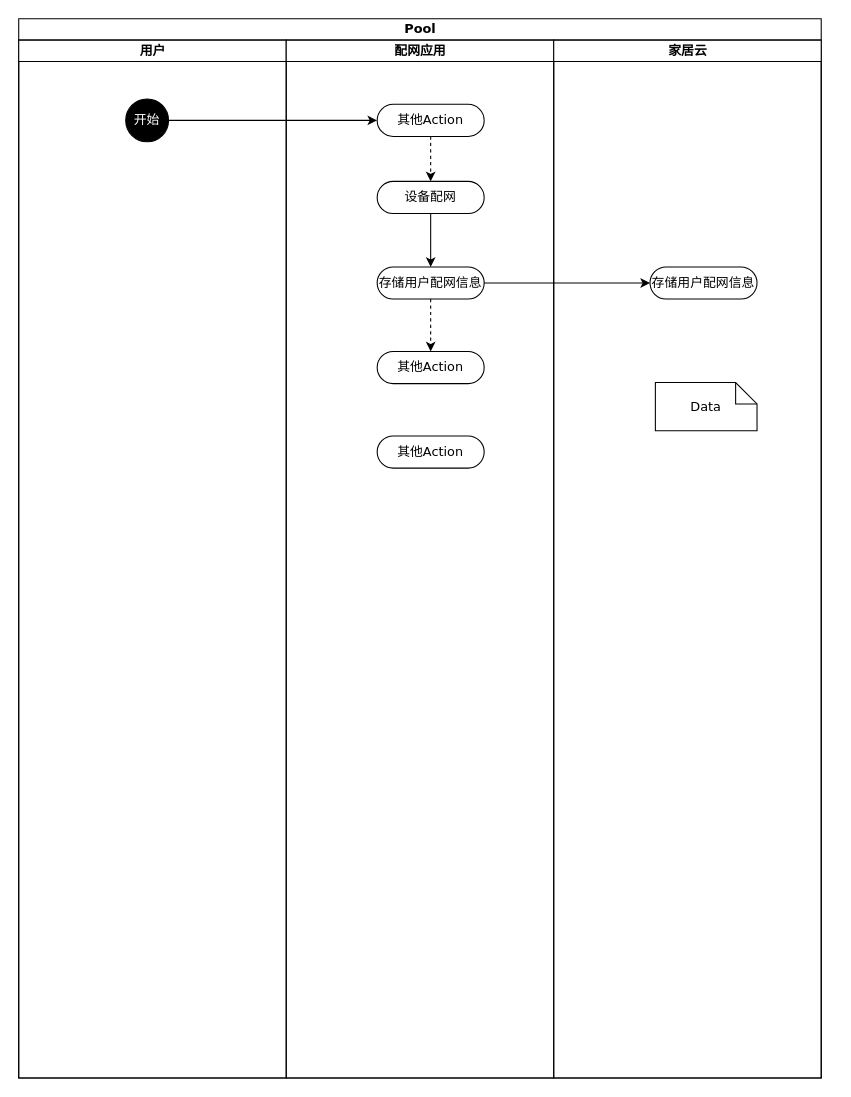
The draw.io diagram draw/智能家居配网场景.drawio in befairyliu/draw.io, before the edit. Source tidied: cells renumbered, new cells numbered last; positions are measured from the earlier drawing's top-left corner, leaving out a move shared by most shapes. Both pictures are drawn from the tidied source at 107%, with x=0, y=0 at pixel (18, 18).
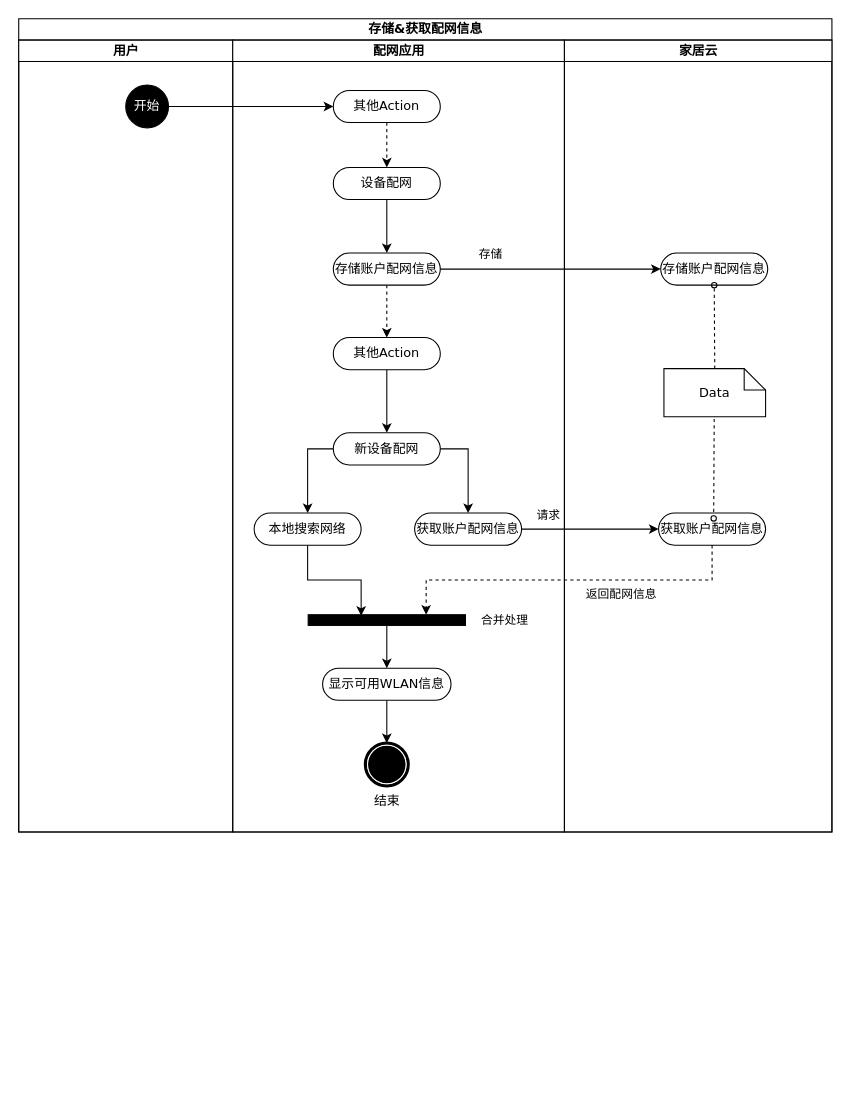
The same diagram, later.

Commit message (it also covers changes not shown here):
Update 智能家居配网场景.drawio

The change refers to these unchanged cells:
```xml
<mxCell id="17" style="edgeStyle=orthogonalEdgeStyle;rounded=0;jettySize=auto;html=1;exitX=1;exitY=0.5;exitDx=0;exitDy=0;entryX=0;entryY=0.5;entryDx=0;entryDy=0;" parent="2" edge="1" source="7" target="15">
  <mxGeometry relative="1" as="geometry" />
</mxCell>
```

Diff of the diagram source:
```diff
@@
-    <mxCell id="2" value="Pool" style="swimlane;html=1;startSize=20;rounded=0;shadow=0;comic=0;labelBackgroundColor=none;strokeWidth=1;fontFamily=Verdana;fontSize=12;align=center;" parent="1" vertex="1">
-      <mxGeometry width="750" height="990" as="geometry" />
+    <mxCell id="2" value="存储&amp;amp;获取配网信息" style="swimlane;html=1;startSize=20;rounded=0;shadow=0;comic=0;labelBackgroundColor=none;strokeWidth=1;fontFamily=Verdana;fontSize=12;align=center;" parent="1" vertex="1">
+      <mxGeometry width="760" height="760" as="geometry" />
     </mxCell>
     <mxCell id="3" value="用户" style="swimlane;html=1;startSize=20;" parent="2" vertex="1">
-      <mxGeometry y="20" width="250" height="970" as="geometry" />
+      <mxGeometry y="20" width="200" height="740" as="geometry" />
     </mxCell>
     <mxCell id="4" value="&lt;font color=&quot;#ffffff&quot;&gt;开始&lt;/font&gt;" style="ellipse;whiteSpace=wrap;html=1;rounded=0;shadow=0;comic=0;labelBackgroundColor=none;strokeWidth=1;fillColor=#000000;fontFamily=Verdana;fontSize=12;align=center;" parent="3" vertex="1">
-      <mxGeometry x="100" y="55" width="40" height="40" as="geometry" />
+      <mxGeometry x="100" y="42" width="40" height="40" as="geometry" />
     </mxCell>
     <mxCell id="5" value="配网应用" style="swimlane;html=1;startSize=20;" parent="2" vertex="1">
-      <mxGeometry x="250" y="20" width="250" height="970" as="geometry" />
+      <mxGeometry x="200" y="20" width="310" height="740" as="geometry" />
     </mxCell>
@@
-    <mxCell id="7" value="存储用户配网信息" style="rounded=1;whiteSpace=wrap;html=1;shadow=0;comic=0;labelBackgroundColor=none;strokeWidth=1;fontFamily=Verdana;fontSize=12;align=center;arcSize=50;" parent="5" vertex="1">
-      <mxGeometry x="85" y="212" width="100" height="30" as="geometry" />
+    <mxCell id="7" value="存储账户配网信息" style="rounded=1;whiteSpace=wrap;html=1;shadow=0;comic=0;labelBackgroundColor=none;strokeWidth=1;fontFamily=Verdana;fontSize=12;align=center;arcSize=50;" parent="5" vertex="1">
+      <mxGeometry x="94" y="199" width="100" height="30" as="geometry" />
     </mxCell>
@@
     <mxCell id="9" value="设备配网" style="rounded=1;whiteSpace=wrap;html=1;shadow=0;comic=0;labelBackgroundColor=none;strokeWidth=1;fontFamily=Verdana;fontSize=12;align=center;arcSize=50;" parent="5" vertex="1">
-      <mxGeometry x="85" y="132" width="100" height="30" as="geometry" />
+      <mxGeometry x="94" y="119" width="100" height="30" as="geometry" />
     </mxCell>
@@
     <mxCell id="11" value="其他Action" style="rounded=1;whiteSpace=wrap;html=1;shadow=0;comic=0;labelBackgroundColor=none;strokeWidth=1;fontFamily=Verdana;fontSize=12;align=center;arcSize=50;" parent="5" vertex="1">
-      <mxGeometry x="85" y="60" width="100" height="30" as="geometry" />
+      <mxGeometry x="94" y="47" width="100" height="30" as="geometry" />
     </mxCell>
+    <mxCell id="19" style="edgeStyle=orthogonalEdgeStyle;rounded=0;jettySize=auto;html=1;exitX=0.5;exitY=1;exitDx=0;exitDy=0;entryX=0.5;entryY=0;entryDx=0;entryDy=0;" parent="5" edge="1" source="12" target="23">
+      <mxGeometry relative="1" as="geometry" />
+    </mxCell>
     <mxCell id="12" value="其他Action" style="rounded=1;whiteSpace=wrap;html=1;shadow=0;comic=0;labelBackgroundColor=none;strokeWidth=1;fontFamily=Verdana;fontSize=12;align=center;arcSize=50;" parent="5" vertex="1">
-      <mxGeometry x="85" y="291" width="100" height="30" as="geometry" />
+      <mxGeometry x="94" y="278" width="100" height="30" as="geometry" />
     </mxCell>
+    <mxCell id="20" style="edgeStyle=orthogonalEdgeStyle;rounded=0;jettySize=auto;html=1;exitX=0.5;exitY=1;exitDx=0;exitDy=0;entryX=0.337;entryY=0.1;entryDx=0;entryDy=0;entryPerimeter=0;" parent="5" edge="1" source="13" target="25">
+      <mxGeometry relative="1" as="geometry" />
+    </mxCell>
-    <mxCell id="13" value="其他Action" style="rounded=1;whiteSpace=wrap;html=1;shadow=0;comic=0;labelBackgroundColor=none;strokeWidth=1;fontFamily=Verdana;fontSize=12;align=center;arcSize=50;" parent="5" vertex="1">
-      <mxGeometry x="85" y="370" width="100" height="30" as="geometry" />
+    <mxCell id="13" value="本地搜索网络" style="rounded=1;whiteSpace=wrap;html=1;shadow=0;comic=0;labelBackgroundColor=none;strokeWidth=1;fontFamily=Verdana;fontSize=12;align=center;arcSize=50;" parent="5" vertex="1">
+      <mxGeometry x="20" y="442" width="100" height="30" as="geometry" />
     </mxCell>
+    <mxCell id="21" style="edgeStyle=orthogonalEdgeStyle;rounded=0;jettySize=auto;html=1;exitX=0;exitY=0.5;exitDx=0;exitDy=0;" parent="5" edge="1" source="23" target="13">
+      <mxGeometry relative="1" as="geometry">
+        <Array as="points">
+          <mxPoint x="70" y="382" />
+        </Array>
+      </mxGeometry>
+    </mxCell>
+    <mxCell id="22" style="edgeStyle=orthogonalEdgeStyle;rounded=0;jettySize=auto;html=1;exitX=1;exitY=0.5;exitDx=0;exitDy=0;entryX=0.5;entryY=0;entryDx=0;entryDy=0;" parent="5" edge="1" source="23" target="29">
+      <mxGeometry relative="1" as="geometry" />
+    </mxCell>
+    <mxCell id="23" value="新设备配网" style="rounded=1;whiteSpace=wrap;html=1;shadow=0;comic=0;labelBackgroundColor=none;strokeWidth=1;fontFamily=Verdana;fontSize=12;align=center;arcSize=50;" parent="5" vertex="1">
+      <mxGeometry x="94" y="367" width="100" height="30" as="geometry" />
+    </mxCell>
+    <mxCell id="24" style="edgeStyle=orthogonalEdgeStyle;rounded=0;jettySize=auto;html=1;exitX=0.5;exitY=1;exitDx=0;exitDy=0;" parent="5" edge="1" source="25" target="27">
+      <mxGeometry relative="1" as="geometry" />
+    </mxCell>
+    <mxCell id="25" style="whiteSpace=wrap;html=1;rounded=0;shadow=0;comic=0;labelBackgroundColor=none;strokeWidth=1;fillColor=#000000;fontFamily=Verdana;fontSize=12;align=center;rotation=0;" parent="5" vertex="1">
+      <mxGeometry x="70.5" y="537" width="147" height="10" as="geometry" />
+    </mxCell>
+    <mxCell id="26" style="edgeStyle=orthogonalEdgeStyle;rounded=0;jettySize=auto;html=1;exitX=0.5;exitY=1;exitDx=0;exitDy=0;entryX=0.5;entryY=0;entryDx=0;entryDy=0;" parent="5" edge="1" source="27" target="28">
+      <mxGeometry relative="1" as="geometry" />
+    </mxCell>
+    <mxCell id="27" value="显示可用WLAN信息" style="rounded=1;whiteSpace=wrap;html=1;shadow=0;comic=0;labelBackgroundColor=none;strokeWidth=1;fontFamily=Verdana;fontSize=12;align=center;arcSize=50;" parent="5" vertex="1">
+      <mxGeometry x="84" y="587" width="120" height="30" as="geometry" />
+    </mxCell>
+    <mxCell id="28" value="结束" style="shape=mxgraph.bpmn.shape;html=1;verticalLabelPosition=bottom;labelBackgroundColor=#ffffff;verticalAlign=top;perimeter=ellipsePerimeter;outline=end;symbol=terminate;rounded=0;shadow=0;comic=0;strokeWidth=1;fontFamily=Verdana;fontSize=12;align=center;" parent="5" vertex="1">
+      <mxGeometry x="124" y="657" width="40" height="40" as="geometry" />
+    </mxCell>
+    <mxCell id="29" value="获取账户配网信息" style="rounded=1;whiteSpace=wrap;html=1;shadow=0;comic=0;labelBackgroundColor=none;strokeWidth=1;fontFamily=Verdana;fontSize=12;align=center;arcSize=50;" parent="5" vertex="1">
+      <mxGeometry x="170" y="442" width="100" height="30" as="geometry" />
+    </mxCell>
+    <mxCell id="30" value="合并处理" style="edgeLabel;html=1;align=center;verticalAlign=middle;" parent="5" vertex="1">
+      <mxGeometry x="260" y="539" as="geometry">
+        <mxPoint x="-7" y="2" as="offset" />
+      </mxGeometry>
+    </mxCell>
+    <mxCell id="31" value="请求" style="edgeLabel;html=1;align=center;verticalAlign=middle;" parent="5" vertex="1">
+      <mxGeometry x="310" y="437" as="geometry">
+        <mxPoint x="-16" y="6" as="offset" />
+      </mxGeometry>
+    </mxCell>
     <mxCell id="14" value="家居云" style="swimlane;html=1;startSize=20;" parent="2" vertex="1">
-      <mxGeometry x="500" y="20" width="250" height="970" as="geometry" />
+      <mxGeometry x="510" y="20" width="250" height="740" as="geometry" />
     </mxCell>
+    <mxCell id="32" value="获取账户配网信息" style="rounded=1;whiteSpace=wrap;html=1;shadow=0;comic=0;labelBackgroundColor=none;strokeWidth=1;fontFamily=Verdana;fontSize=12;align=center;arcSize=50;" parent="14" vertex="1">
+      <mxGeometry x="88" y="442" width="100" height="30" as="geometry" />
+    </mxCell>
+    <mxCell id="33" style="edgeStyle=none;rounded=0;html=1;dashed=1;labelBackgroundColor=none;startArrow=none;startFill=0;startSize=5;endArrow=oval;endFill=0;endSize=5;jettySize=auto;strokeWidth=1;fontFamily=Verdana;fontSize=12;exitX=0.5;exitY=1;exitDx=0;exitDy=0;exitPerimeter=0;" parent="14" edge="1" source="16">
+      <mxGeometry relative="1" as="geometry">
+        <mxPoint x="139.5" y="447" as="targetPoint" />
+        <Array as="points">
+          <mxPoint x="140" y="347" />
+        </Array>
+      </mxGeometry>
+    </mxCell>
-    <mxCell id="15" value="存储用户配网信息" style="rounded=1;whiteSpace=wrap;html=1;shadow=0;comic=0;labelBackgroundColor=none;strokeWidth=1;fontFamily=Verdana;fontSize=12;align=center;arcSize=50;" parent="14" vertex="1">
-      <mxGeometry x="90" y="212" width="100" height="30" as="geometry" />
+    <mxCell id="15" value="存储账户配网信息" style="rounded=1;whiteSpace=wrap;html=1;shadow=0;comic=0;labelBackgroundColor=none;strokeWidth=1;fontFamily=Verdana;fontSize=12;align=center;arcSize=50;" parent="14" vertex="1">
+      <mxGeometry x="90" y="199" width="100" height="30" as="geometry" />
     </mxCell>
     <mxCell id="16" value="Data" style="shape=note;whiteSpace=wrap;html=1;rounded=0;shadow=0;comic=0;labelBackgroundColor=none;strokeWidth=1;fontFamily=Verdana;fontSize=12;align=center;size=20;" parent="14" vertex="1">
-      <mxGeometry x="95" y="320" width="95" height="45" as="geometry" />
+      <mxGeometry x="93" y="307" width="95" height="45" as="geometry" />
     </mxCell>
+    <mxCell id="34" style="edgeStyle=none;rounded=0;html=1;dashed=1;labelBackgroundColor=none;startArrow=none;startFill=0;startSize=5;endArrow=oval;endFill=0;endSize=5;jettySize=auto;strokeWidth=1;fontFamily=Verdana;fontSize=12;exitX=0.5;exitY=0;exitDx=0;exitDy=0;exitPerimeter=0;" parent="14" edge="1" source="16">
+      <mxGeometry relative="1" as="geometry">
+        <mxPoint x="140" y="229" as="targetPoint" />
+      </mxGeometry>
+    </mxCell>
@@
+    <mxCell id="35" value="存储" style="edgeLabel;html=1;align=center;verticalAlign=middle;" parent="17" vertex="1">
+      <mxGeometry x="-0.23" y="2" relative="1" as="geometry">
+        <mxPoint x="-33" y="-13" as="offset" />
+      </mxGeometry>
+    </mxCell>
@@
+    <mxCell id="36" style="edgeStyle=orthogonalEdgeStyle;rounded=0;jettySize=auto;html=1;exitX=1;exitY=0.5;exitDx=0;exitDy=0;entryX=0;entryY=0.5;entryDx=0;entryDy=0;" parent="2" edge="1" source="29" target="32">
+      <mxGeometry relative="1" as="geometry" />
+    </mxCell>
+    <mxCell id="37" style="edgeStyle=orthogonalEdgeStyle;rounded=0;jettySize=auto;html=1;exitX=0.5;exitY=1;exitDx=0;exitDy=0;entryX=0.75;entryY=0;entryDx=0;entryDy=0;dashed=1;" parent="2" edge="1" source="32" target="25">
+      <mxGeometry relative="1" as="geometry" />
+    </mxCell>
+    <mxCell id="38" value="返回配网信息" style="edgeLabel;html=1;align=center;verticalAlign=middle;" parent="37" vertex="1">
+      <mxGeometry x="-0.29" y="-1" relative="1" as="geometry">
+        <mxPoint y="13.5" as="offset" />
+      </mxGeometry>
+    </mxCell>
```
